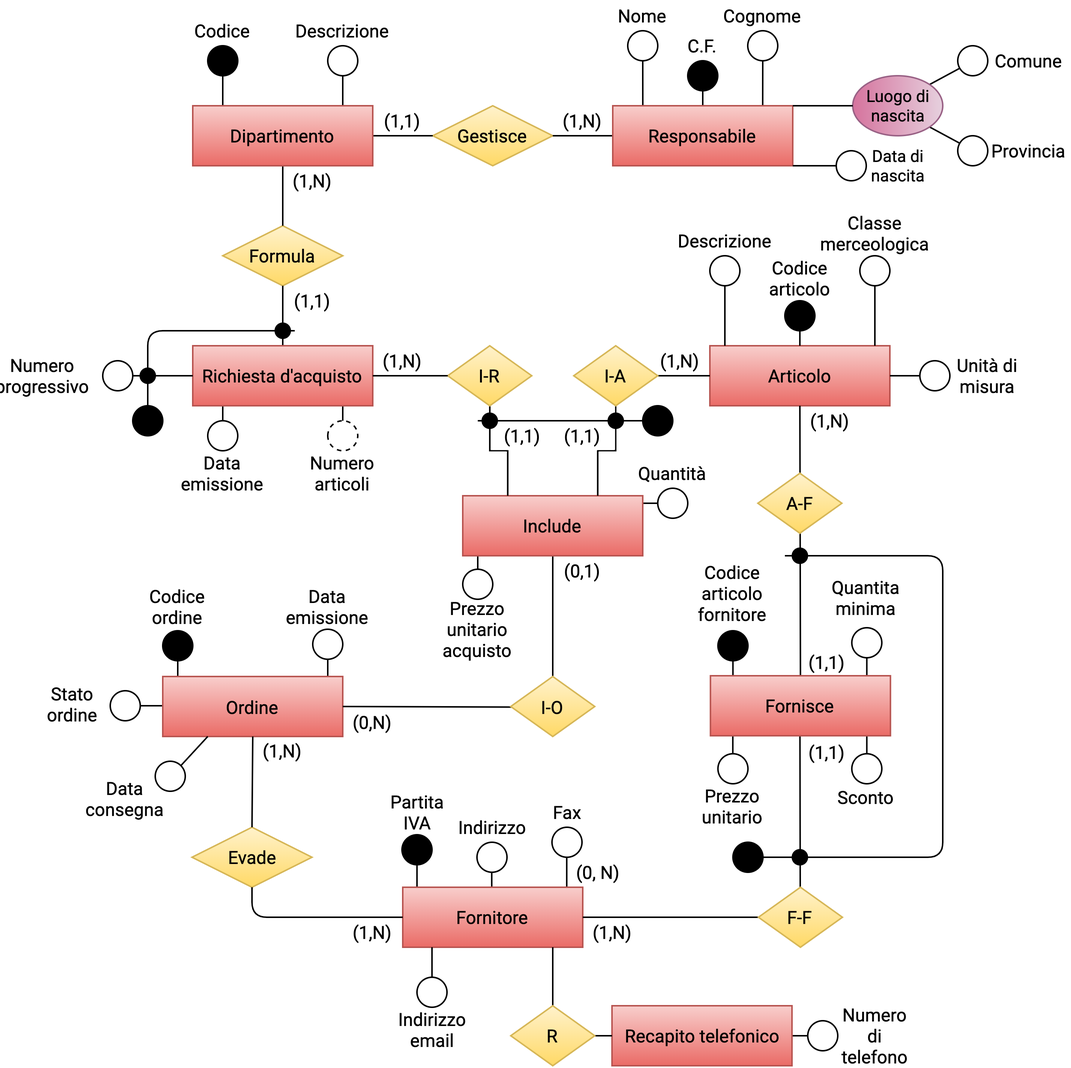
Earlier version of the draw.io export ER/ER_final.png (FraBomba6/Progetto_BdD). Source tidied: cells renumbered, new cells last; positions are measured from the earlier drawing's top-left corner, leaving out a move shared by most shapes.
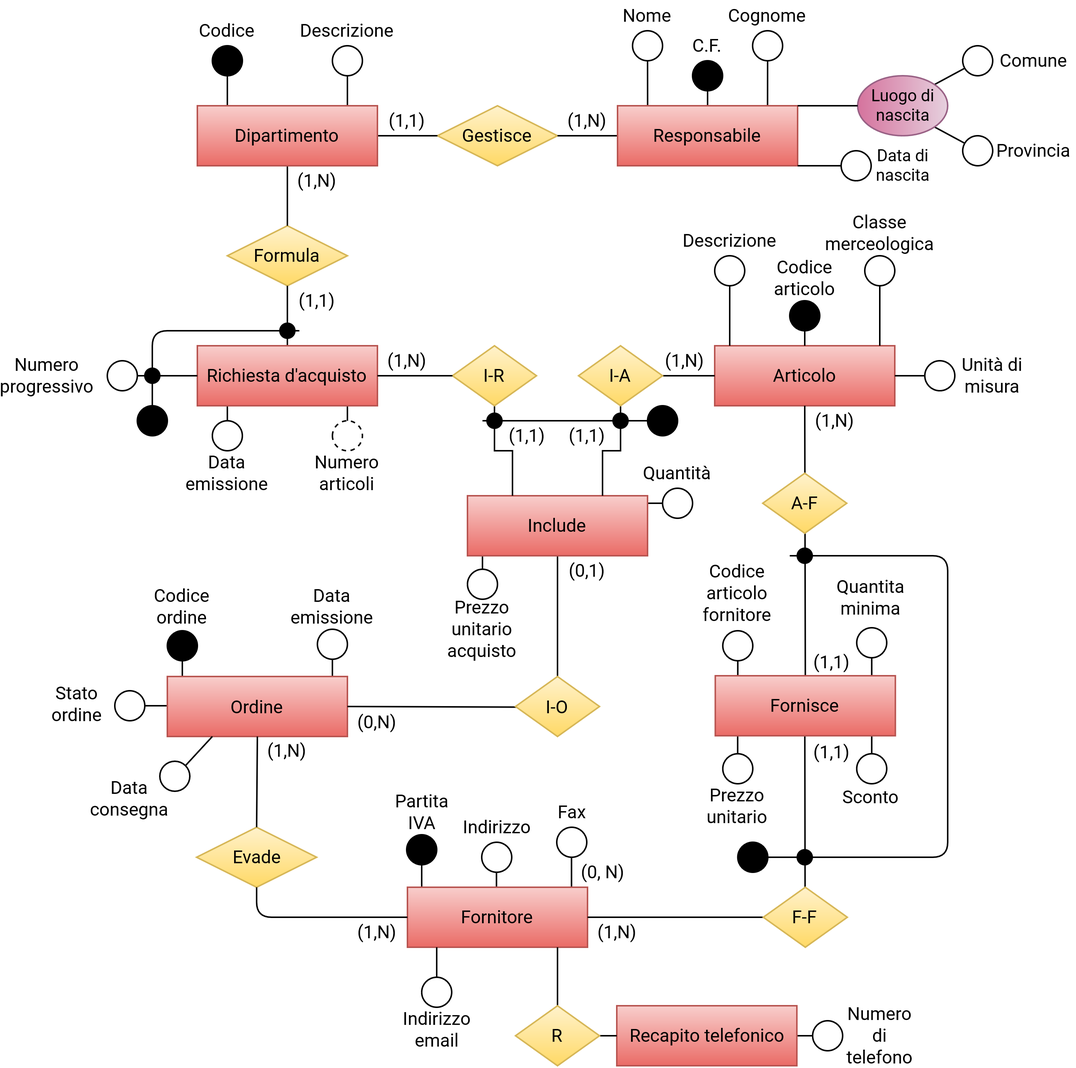
Later version of the same file.

Commit message:
Corrected png, see previous commit

What changed in the source:
```diff
@@ -38,7 +38,7 @@
         <mxPoint x="310" y="359" as="sourcePoint" />
       </mxGeometry>
     </mxCell>
-    <mxCell id="10" style="ellipse;whiteSpace=wrap;html=1;fontFamily=Roboto;fontSource=https%3A%2F%2Ffonts.googleapis.com%2Fcss%3Ffamily%3DRoboto;fillColor=#000000;" parent="1" vertex="1">
+    <mxCell id="10" style="ellipse;whiteSpace=wrap;html=1;fontFamily=Roboto;fontSource=https%3A%2F%2Ffonts.googleapis.com%2Fcss%3Ffamily%3DRoboto;" parent="1" vertex="1">
       <mxGeometry x="470.1" y="420" width="20" height="20" as="geometry" />
     </mxCell>
     <mxCell id="11" style="endArrow=none;html=1;entryX=0.5;entryY=1;entryDx=0;entryDy=0;fontFamily=Roboto;fontSource=https%3A%2F%2Ffonts.googleapis.com%2Fcss%3Ffamily%3DRoboto;" parent="1" edge="1" target="10">
```
